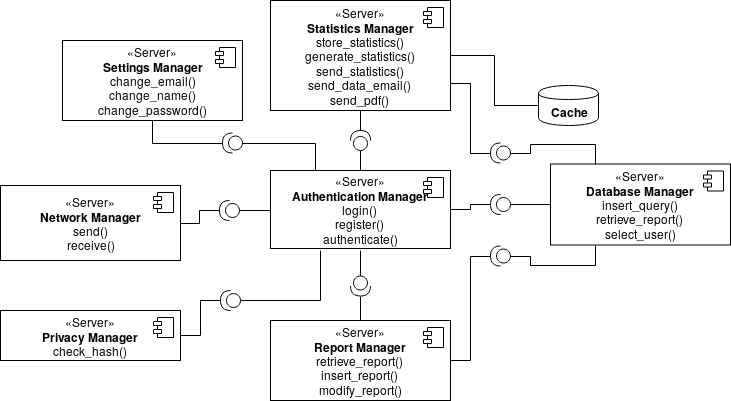
This is DD/img/component_interface_diagrams/server_component_interface.png from dariomiceli3/SafeStreet, a draw.io export, as it was before one commit. Source tidied: cells renumbered, new cells last; positions are measured from the earlier drawing's top-left corner, leaving out a move shared by most shapes.
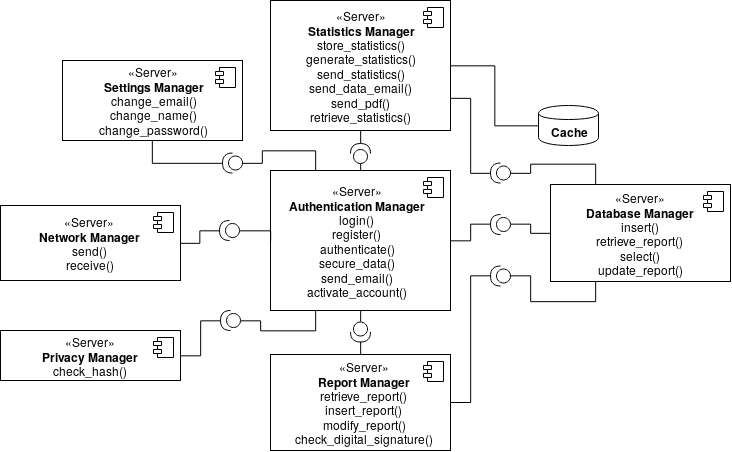
Above is the later version.

What changed in the source:
```diff
@@ -5,8 +5,8 @@
     <mxCell id="2" style="edgeStyle=orthogonalEdgeStyle;rounded=0;jettySize=auto;html=1;exitX=1;exitY=0.5;exitDx=0;exitDy=0;endArrow=none;endFill=0;" parent="1" edge="1" source="3" target="36">
       <mxGeometry relative="1" as="geometry" />
     </mxCell>
-    <mxCell id="3" value="«Server»&lt;br&gt;&lt;div&gt;&lt;b&gt;Statistics Manager&lt;/b&gt;&lt;/div&gt;store_statistics()&lt;br&gt;generate_statistics()&lt;br&gt;&lt;div&gt;send_statistics()&lt;/div&gt;&lt;div&gt;&lt;div&gt;send_data_email()&lt;br&gt;&lt;/div&gt;&lt;div&gt;send_pdf()&lt;br&gt;&lt;/div&gt;&lt;/div&gt;" style="html=1;" parent="1" vertex="1">
-      <mxGeometry x="270" width="180" height="110" as="geometry" />
+    <mxCell id="3" value="«Server»&lt;br&gt;&lt;div&gt;&lt;b&gt;Statistics Manager&lt;/b&gt;&lt;/div&gt;store_statistics()&lt;br&gt;generate_statistics()&lt;br&gt;&lt;div&gt;send_statistics()&lt;/div&gt;&lt;div&gt;&lt;div&gt;send_data_email()&lt;br&gt;&lt;/div&gt;&lt;div&gt;send_pdf()&lt;br&gt;&lt;/div&gt;&lt;/div&gt;&lt;div&gt;retrieve_statistics()&lt;br&gt;&lt;/div&gt;" style="html=1;" parent="1" vertex="1">
+      <mxGeometry x="270" y="-20" width="180" height="130" as="geometry" />
     </mxCell>
     <mxCell id="4" style="shape=component;jettyWidth=8;jettyHeight=4;" parent="3" vertex="1">
       <mxGeometry x="1" width="20" height="20" relative="1" as="geometry">
@@ -16,8 +16,8 @@
     <mxCell id="5" style="edgeStyle=orthogonalEdgeStyle;rounded=0;jettySize=auto;html=1;exitX=0;exitY=0.5;exitDx=0;exitDy=0;entryX=0;entryY=0.5;entryDx=0;entryDy=0;entryPerimeter=0;verticalAlign=bottom;endArrow=none;endFill=0;" parent="1" edge="1" source="6" target="24">
       <mxGeometry relative="1" as="geometry" />
     </mxCell>
-    <mxCell id="6" value="«Server»&lt;br&gt;&lt;div&gt;&lt;b&gt;Database Manager&lt;/b&gt;&lt;/div&gt;insert_query()&lt;br&gt;retrieve_report()&lt;br&gt;select_user()" style="html=1;" parent="1" vertex="1">
-      <mxGeometry x="550" y="163.5" width="180" height="81" as="geometry" />
+    <mxCell id="6" value="«Server»&lt;br&gt;&lt;div&gt;&lt;b&gt;Database Manager&lt;/b&gt;&lt;/div&gt;insert()&lt;br&gt;retrieve_report()&lt;br&gt;&lt;div&gt;select()&lt;/div&gt;&lt;div&gt;update_report()&lt;/div&gt;" style="html=1;" parent="1" vertex="1">
+      <mxGeometry x="550" y="164" width="180" height="97" as="geometry" />
     </mxCell>
     <mxCell id="7" style="shape=component;jettyWidth=8;jettyHeight=4;" parent="6" vertex="1">
       <mxGeometry x="1" width="20" height="20" relative="1" as="geometry">
@@ -32,8 +32,8 @@
         <mxPoint x="-27" y="7" as="offset" />
       </mxGeometry>
     </mxCell>
-    <mxCell id="10" value="«Server»&lt;br&gt;&lt;div&gt;&lt;b&gt;Report Manager&lt;/b&gt;&lt;/div&gt;retrieve_report()&lt;br&gt;insert_report()&lt;br&gt;modify_report()" style="html=1;" parent="1" vertex="1">
-      <mxGeometry x="270" y="320" width="180" height="80" as="geometry" />
+    <mxCell id="10" value="«Server»&lt;br&gt;&lt;div&gt;&lt;b&gt;Report Manager&lt;/b&gt;&lt;/div&gt;retrieve_report()&lt;br&gt;insert_report()&lt;br&gt;&lt;div&gt;modify_report()&lt;/div&gt;&lt;div&gt;check_digital_signature()&lt;/div&gt;" style="html=1;" parent="1" vertex="1">
+      <mxGeometry x="270" y="334" width="180" height="96" as="geometry" />
     </mxCell>
     <mxCell id="11" style="shape=component;jettyWidth=8;jettyHeight=4;" parent="10" vertex="1">
       <mxGeometry x="1" width="20" height="20" relative="1" as="geometry">
@@ -51,8 +51,8 @@
         <mxPoint x="-27" y="7" as="offset" />
       </mxGeometry>
     </mxCell>
-    <mxCell id="15" value="«Server»&lt;br&gt;&lt;div&gt;&lt;b&gt;Authentication Manager&lt;/b&gt;&lt;/div&gt;login()&lt;br&gt;register()&lt;br&gt;authenticate()" style="html=1;" parent="1" vertex="1">
-      <mxGeometry x="270" y="170" width="180" height="78" as="geometry" />
+    <mxCell id="15" value="«Server»&lt;br&gt;&lt;div&gt;&lt;b&gt;Authentication Manager&lt;/b&gt;&lt;/div&gt;login()&lt;br&gt;register()&lt;br&gt;&lt;div&gt;authenticate()&lt;/div&gt;&lt;div&gt;secure_data()&lt;br&gt;&lt;/div&gt;&lt;div&gt;send_email()&lt;br&gt;&lt;/div&gt;&lt;div&gt;activate_account()&lt;br&gt;&lt;/div&gt;" style="html=1;" parent="1" vertex="1">
+      <mxGeometry x="270" y="150" width="180" height="140" as="geometry" />
     </mxCell>
     <mxCell id="16" style="shape=component;jettyWidth=8;jettyHeight=4;" parent="15" vertex="1">
       <mxGeometry x="1" width="20" height="20" relative="1" as="geometry">
@@ -86,13 +86,11 @@
     <mxCell id="25" style="edgeStyle=orthogonalEdgeStyle;rounded=0;jettySize=auto;html=1;exitX=1;exitY=0.5;exitDx=0;exitDy=0;exitPerimeter=0;entryX=0.5;entryY=0;entryDx=0;entryDy=0;endArrow=none;endFill=0;" parent="1" edge="1" source="27" target="10">
       <mxGeometry relative="1" as="geometry" />
     </mxCell>
-    <mxCell id="26" style="edgeStyle=orthogonalEdgeStyle;rounded=0;jettySize=auto;html=1;exitX=0;exitY=0.5;exitDx=0;exitDy=0;exitPerimeter=0;endArrow=none;endFill=0;" parent="1" edge="1" source="27">
-      <mxGeometry relative="1" as="geometry">
-        <mxPoint x="360" y="250" as="targetPoint" />
-      </mxGeometry>
-    </mxCell>
+    <mxCell id="42" style="edgeStyle=orthogonalEdgeStyle;rounded=0;jettySize=auto;html=1;exitX=0;exitY=0.5;exitDx=0;exitDy=0;exitPerimeter=0;entryX=0.5;entryY=1;entryDx=0;entryDy=0;endArrow=none;endFill=0;" parent="1" edge="1" source="27" target="15">
+      <mxGeometry relative="1" as="geometry" />
+    </mxCell>
     <mxCell id="27" style="shape=providedRequiredInterface;html=1;verticalLabelPosition=bottom;direction=south;" parent="1" vertex="1">
-      <mxGeometry x="350" y="275.5" width="20" height="20" as="geometry" />
+      <mxGeometry x="350" y="301.5" width="20" height="20" as="geometry" />
     </mxCell>
     <mxCell id="28" style="edgeStyle=orthogonalEdgeStyle;rounded=0;jettySize=auto;html=1;exitX=1;exitY=0.5;exitDx=0;exitDy=0;exitPerimeter=0;entryX=0.5;entryY=1;entryDx=0;entryDy=0;endArrow=none;endFill=0;" parent="1" edge="1" source="30" target="3">
       <mxGeometry relative="1" as="geometry" />
@@ -101,7 +99,7 @@
       <mxGeometry relative="1" as="geometry" />
     </mxCell>
     <mxCell id="30" style="shape=providedRequiredInterface;html=1;verticalLabelPosition=bottom;direction=north;" parent="1" vertex="1">
-      <mxGeometry x="350" y="130" width="20" height="20" as="geometry" />
+      <mxGeometry x="350" y="123" width="20" height="20" as="geometry" />
     </mxCell>
     <mxCell id="31" value="«Server»&lt;br&gt;&lt;div&gt;&lt;b&gt;Settings Manager&lt;/b&gt;&lt;/div&gt;&lt;div&gt;change_email()&lt;/div&gt;change_name()&lt;br&gt;change_password()" style="html=1;" parent="1" vertex="1">
       <mxGeometry x="62" y="40" width="180" height="80" as="geometry" />
@@ -132,10 +130,8 @@
     <mxCell id="39" style="shape=providedRequiredInterface;html=1;verticalLabelPosition=bottom;direction=west;" parent="1" vertex="1">
       <mxGeometry x="219" y="200" width="20" height="20" as="geometry" />
     </mxCell>
-    <mxCell id="40" style="edgeStyle=orthogonalEdgeStyle;rounded=0;jettySize=auto;html=1;exitX=0;exitY=0.5;exitDx=0;exitDy=0;exitPerimeter=0;endArrow=none;endFill=0;" parent="1" edge="1" source="41">
-      <mxGeometry relative="1" as="geometry">
-        <mxPoint x="320" y="250" as="targetPoint" />
-      </mxGeometry>
+    <mxCell id="40" style="edgeStyle=orthogonalEdgeStyle;rounded=0;jettySize=auto;html=1;exitX=0;exitY=0.5;exitDx=0;exitDy=0;exitPerimeter=0;endArrow=none;endFill=0;entryX=0.25;entryY=1;entryDx=0;entryDy=0;" parent="1" edge="1" source="41" target="15">
+      <mxGeometry relative="1" as="geometry" />
     </mxCell>
     <mxCell id="41" style="shape=providedRequiredInterface;html=1;verticalLabelPosition=bottom;direction=west;" parent="1" vertex="1">
       <mxGeometry x="220" y="290" width="20" height="20" as="geometry" />
```
